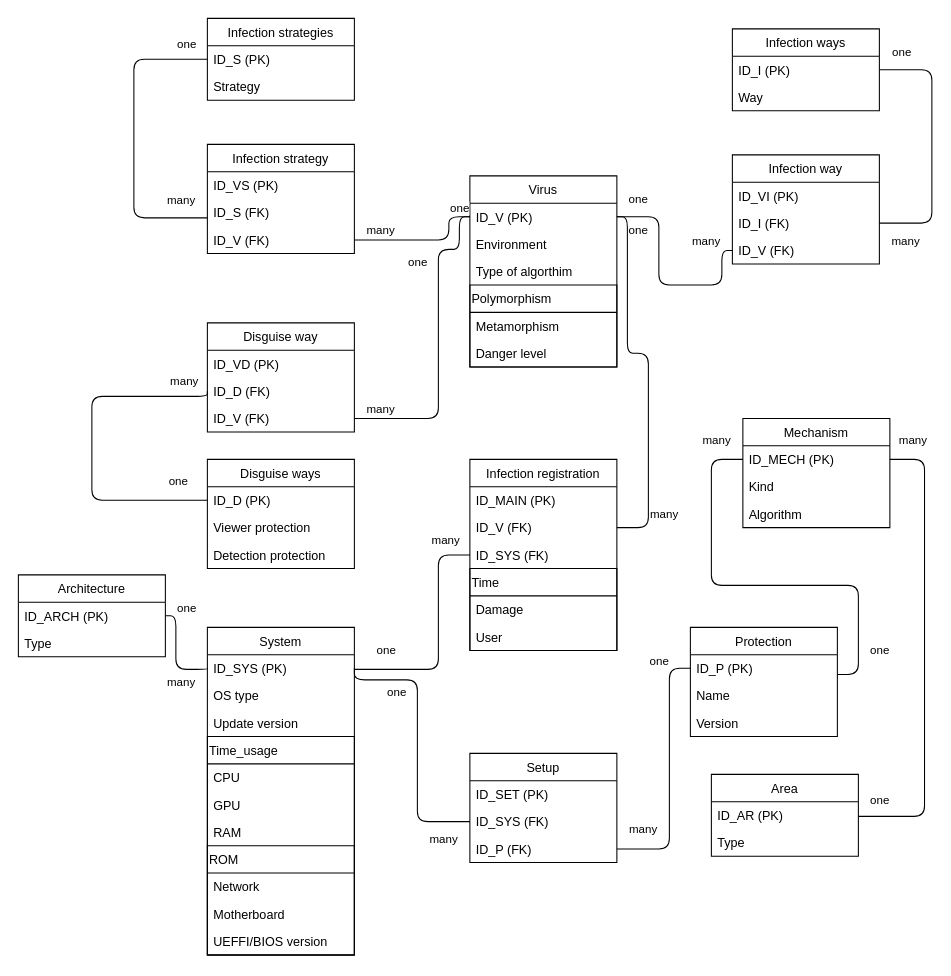
Above: VirusAttackRus.drawio in IcyAltair/Virus-attack-DB (draw.io), before the change. Source tidied: cells renumbered, new cells numbered last; positions are measured from the earlier drawing's top-left corner, leaving out a move shared by most shapes. Both pictures are drawn from the tidied source at 105%, with x=0, y=0 at pixel (18, 18).
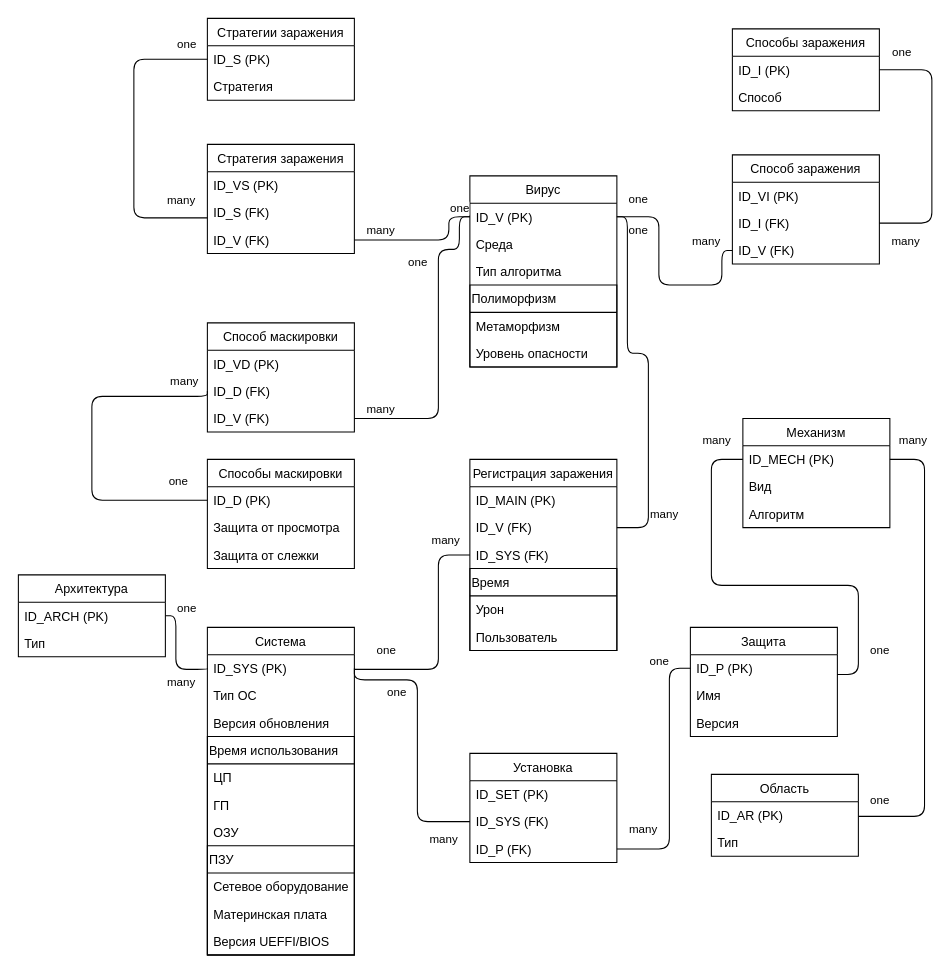
After the change.

Change to the diagram source:
```diff
@@
-    <mxCell id="2" value="Virus" style="swimlane;fontStyle=0;horizontal=1;startSize=26;fillColor=none;" parent="1" vertex="1">
+    <mxCell id="2" value="Вирус" style="swimlane;fontStyle=0;horizontal=1;startSize=26;fillColor=none;" parent="1" vertex="1">
       <mxGeometry x="430" y="150" width="140" height="182" as="geometry" />
     </mxCell>
@@
-    <mxCell id="4" value="Environment" style="text;strokeColor=none;fillColor=none;align=left;verticalAlign=top;spacingLeft=4;spacingRight=4;overflow=hidden;" parent="2" vertex="1">
+    <mxCell id="4" value="Среда" style="text;strokeColor=none;fillColor=none;align=left;verticalAlign=top;spacingLeft=4;spacingRight=4;overflow=hidden;" parent="2" vertex="1">
       <mxGeometry y="52" width="140" height="26" as="geometry" />
     </mxCell>
-    <mxCell id="5" value="Type of algorthim" style="text;strokeColor=none;fillColor=none;align=left;verticalAlign=top;spacingLeft=4;spacingRight=4;overflow=hidden;" parent="2" vertex="1">
+    <mxCell id="5" value="Тип алгоритма" style="text;strokeColor=none;fillColor=none;align=left;verticalAlign=top;spacingLeft=4;spacingRight=4;overflow=hidden;" parent="2" vertex="1">
       <mxGeometry y="78" width="140" height="26" as="geometry" />
     </mxCell>
-    <mxCell id="6" value="Polymorphism" style="swimlane;fontStyle=0;horizontal=1;startSize=26;fillColor=none;align=left;verticalAlign=top;spacingRight=4;" parent="2" vertex="1">
+    <mxCell id="6" value="Полиморфизм" style="swimlane;fontStyle=0;horizontal=1;startSize=26;fillColor=none;align=left;verticalAlign=top;spacingRight=4;" parent="2" vertex="1">
       <mxGeometry y="104" width="140" height="78" as="geometry" />
     </mxCell>
-    <mxCell id="7" value="Metamorphism" style="text;strokeColor=none;fillColor=none;align=left;verticalAlign=top;spacingLeft=4;spacingRight=4;overflow=hidden;" parent="6" vertex="1">
+    <mxCell id="7" value="Метаморфизм" style="text;strokeColor=none;fillColor=none;align=left;verticalAlign=top;spacingLeft=4;spacingRight=4;overflow=hidden;" parent="6" vertex="1">
       <mxGeometry y="26" width="140" height="26" as="geometry" />
     </mxCell>
-    <mxCell id="8" value="Danger level" style="text;strokeColor=none;fillColor=none;align=left;verticalAlign=top;spacingLeft=4;spacingRight=4;overflow=hidden;" parent="6" vertex="1">
+    <mxCell id="8" value="Уровень опасности" style="text;strokeColor=none;fillColor=none;align=left;verticalAlign=top;spacingLeft=4;spacingRight=4;overflow=hidden;" parent="6" vertex="1">
       <mxGeometry y="52" width="140" height="26" as="geometry" />
     </mxCell>
-    <mxCell id="9" value="Infection strategies" style="swimlane;fontStyle=0;horizontal=1;startSize=26;fillColor=none;" parent="1" vertex="1">
+    <mxCell id="9" value="Стратегии заражения" style="swimlane;fontStyle=0;horizontal=1;startSize=26;fillColor=none;" parent="1" vertex="1">
       <mxGeometry x="180" width="140" height="78" as="geometry" />
     </mxCell>
@@
-    <mxCell id="11" value="Strategy" style="text;strokeColor=none;fillColor=none;align=left;verticalAlign=top;spacingLeft=4;spacingRight=4;overflow=hidden;" parent="9" vertex="1">
+    <mxCell id="11" value="Стратегия" style="text;strokeColor=none;fillColor=none;align=left;verticalAlign=top;spacingLeft=4;spacingRight=4;overflow=hidden;" parent="9" vertex="1">
       <mxGeometry y="52" width="140" height="26" as="geometry" />
     </mxCell>
-    <mxCell id="12" value="Infection ways" style="swimlane;fontStyle=0;horizontal=1;startSize=26;fillColor=none;" parent="1" vertex="1">
+    <mxCell id="12" value="Способы заражения" style="swimlane;fontStyle=0;horizontal=1;startSize=26;fillColor=none;" parent="1" vertex="1">
       <mxGeometry x="680" y="10" width="140" height="78" as="geometry" />
     </mxCell>
@@
-    <mxCell id="14" value="Way" style="text;strokeColor=none;fillColor=none;align=left;verticalAlign=top;spacingLeft=4;spacingRight=4;overflow=hidden;" parent="12" vertex="1">
+    <mxCell id="14" value="Способ" style="text;strokeColor=none;fillColor=none;align=left;verticalAlign=top;spacingLeft=4;spacingRight=4;overflow=hidden;" parent="12" vertex="1">
       <mxGeometry y="52" width="140" height="26" as="geometry" />
     </mxCell>
@@
-    <mxCell id="27" value="Disguise ways" style="swimlane;fontStyle=0;horizontal=1;startSize=26;fillColor=none;" parent="1" vertex="1">
+    <mxCell id="27" value="Способы маскировки" style="swimlane;fontStyle=0;horizontal=1;startSize=26;fillColor=none;" parent="1" vertex="1">
       <mxGeometry x="180" y="420" width="140" height="104" as="geometry" />
     </mxCell>
@@
-    <mxCell id="29" value="Viewer protection" style="text;strokeColor=none;fillColor=none;align=left;verticalAlign=top;spacingLeft=4;spacingRight=4;overflow=hidden;" parent="27" vertex="1">
+    <mxCell id="29" value="Защита от просмотра" style="text;strokeColor=none;fillColor=none;align=left;verticalAlign=top;spacingLeft=4;spacingRight=4;overflow=hidden;" parent="27" vertex="1">
       <mxGeometry y="52" width="140" height="26" as="geometry" />
     </mxCell>
-    <mxCell id="30" value="Detection protection" style="text;strokeColor=none;fillColor=none;align=left;verticalAlign=top;spacingLeft=4;spacingRight=4;overflow=hidden;" parent="27" vertex="1">
+    <mxCell id="30" value="Защита от слежки" style="text;strokeColor=none;fillColor=none;align=left;verticalAlign=top;spacingLeft=4;spacingRight=4;overflow=hidden;" parent="27" vertex="1">
       <mxGeometry y="78" width="140" height="26" as="geometry" />
     </mxCell>
@@
-    <mxCell id="37" value="Infection registration" style="swimlane;fontStyle=0;horizontal=1;startSize=26;fillColor=none;align=center;" parent="1" vertex="1">
+    <mxCell id="37" value="Регистрация заражения" style="swimlane;fontStyle=0;horizontal=1;startSize=26;fillColor=none;align=center;" parent="1" vertex="1">
       <mxGeometry x="430" y="420" width="140" height="182" as="geometry" />
     </mxCell>
@@
-    <mxCell id="41" value="Time" style="swimlane;fontStyle=0;horizontal=1;startSize=26;fillColor=none;align=left;" parent="37" vertex="1">
+    <mxCell id="41" value="Время" style="swimlane;fontStyle=0;horizontal=1;startSize=26;fillColor=none;align=left;" parent="37" vertex="1">
       <mxGeometry y="104" width="140" height="78" as="geometry" />
     </mxCell>
-    <mxCell id="42" value="Damage" style="text;strokeColor=none;fillColor=none;align=left;verticalAlign=top;spacingLeft=4;spacingRight=4;overflow=hidden;" parent="41" vertex="1">
+    <mxCell id="42" value="Урон" style="text;strokeColor=none;fillColor=none;align=left;verticalAlign=top;spacingLeft=4;spacingRight=4;overflow=hidden;" parent="41" vertex="1">
       <mxGeometry y="26" width="140" height="26" as="geometry" />
     </mxCell>
-    <mxCell id="43" value="User" style="text;strokeColor=none;fillColor=none;align=left;verticalAlign=top;spacingLeft=4;spacingRight=4;overflow=hidden;" parent="41" vertex="1">
+    <mxCell id="43" value="Пользователь" style="text;strokeColor=none;fillColor=none;align=left;verticalAlign=top;spacingLeft=4;spacingRight=4;overflow=hidden;" parent="41" vertex="1">
       <mxGeometry y="52" width="140" height="26" as="geometry" />
     </mxCell>
@@
-    <mxCell id="47" value="System" style="swimlane;fontStyle=0;horizontal=1;startSize=26;fillColor=none;align=center;" parent="1" vertex="1">
+    <mxCell id="47" value="Система" style="swimlane;fontStyle=0;horizontal=1;startSize=26;fillColor=none;align=center;" parent="1" vertex="1">
       <mxGeometry x="180" y="580" width="140" height="312" as="geometry" />
     </mxCell>
@@
-    <mxCell id="49" value="OS type" style="text;strokeColor=none;fillColor=none;align=left;verticalAlign=top;spacingLeft=4;spacingRight=4;overflow=hidden;" parent="47" vertex="1">
+    <mxCell id="49" value="Тип ОС" style="text;strokeColor=none;fillColor=none;align=left;verticalAlign=top;spacingLeft=4;spacingRight=4;overflow=hidden;" parent="47" vertex="1">
       <mxGeometry y="52" width="140" height="26" as="geometry" />
     </mxCell>
-    <mxCell id="50" value="Update version" style="text;strokeColor=none;fillColor=none;align=left;verticalAlign=top;spacingLeft=4;spacingRight=4;overflow=hidden;" parent="47" vertex="1">
+    <mxCell id="50" value="Версия обновления" style="text;strokeColor=none;fillColor=none;align=left;verticalAlign=top;spacingLeft=4;spacingRight=4;overflow=hidden;" parent="47" vertex="1">
       <mxGeometry y="78" width="140" height="26" as="geometry" />
     </mxCell>
-    <mxCell id="51" value="Time_usage" style="swimlane;fontStyle=0;horizontal=1;startSize=26;fillColor=none;align=left;" parent="47" vertex="1">
+    <mxCell id="51" value="Время использования" style="swimlane;fontStyle=0;horizontal=1;startSize=26;fillColor=none;align=left;" parent="47" vertex="1">
       <mxGeometry y="104" width="140" height="208" as="geometry" />
     </mxCell>
-    <mxCell id="52" value="CPU" style="text;strokeColor=none;fillColor=none;align=left;verticalAlign=top;spacingLeft=4;spacingRight=4;overflow=hidden;" parent="51" vertex="1">
+    <mxCell id="52" value="ЦП" style="text;strokeColor=none;fillColor=none;align=left;verticalAlign=top;spacingLeft=4;spacingRight=4;overflow=hidden;" parent="51" vertex="1">
       <mxGeometry y="26" width="140" height="26" as="geometry" />
     </mxCell>
-    <mxCell id="53" value="GPU" style="text;strokeColor=none;fillColor=none;align=left;verticalAlign=top;spacingLeft=4;spacingRight=4;overflow=hidden;" parent="51" vertex="1">
+    <mxCell id="53" value="ГП" style="text;strokeColor=none;fillColor=none;align=left;verticalAlign=top;spacingLeft=4;spacingRight=4;overflow=hidden;" parent="51" vertex="1">
       <mxGeometry y="52" width="140" height="26" as="geometry" />
     </mxCell>
-    <mxCell id="54" value="RAM" style="text;strokeColor=none;fillColor=none;align=left;verticalAlign=top;spacingLeft=4;spacingRight=4;overflow=hidden;" parent="51" vertex="1">
+    <mxCell id="54" value="ОЗУ" style="text;strokeColor=none;fillColor=none;align=left;verticalAlign=top;spacingLeft=4;spacingRight=4;overflow=hidden;" parent="51" vertex="1">
       <mxGeometry y="78" width="140" height="26" as="geometry" />
     </mxCell>
-    <mxCell id="55" value="ROM" style="swimlane;fontStyle=0;horizontal=1;startSize=26;fillColor=none;align=left;" parent="51" vertex="1">
+    <mxCell id="55" value="ПЗУ" style="swimlane;fontStyle=0;horizontal=1;startSize=26;fillColor=none;align=left;" parent="51" vertex="1">
       <mxGeometry y="104" width="140" height="104" as="geometry" />
     </mxCell>
-    <mxCell id="56" value="Network" style="text;strokeColor=none;fillColor=none;align=left;verticalAlign=top;spacingLeft=4;spacingRight=4;overflow=hidden;" parent="55" vertex="1">
+    <mxCell id="56" value="Сетевое оборудование" style="text;strokeColor=none;fillColor=none;align=left;verticalAlign=top;spacingLeft=4;spacingRight=4;overflow=hidden;" parent="55" vertex="1">
       <mxGeometry y="26" width="140" height="26" as="geometry" />
     </mxCell>
-    <mxCell id="57" value="Motherboard" style="text;strokeColor=none;fillColor=none;align=left;verticalAlign=top;spacingLeft=4;spacingRight=4;overflow=hidden;" parent="55" vertex="1">
+    <mxCell id="57" value="Материнская плата" style="text;strokeColor=none;fillColor=none;align=left;verticalAlign=top;spacingLeft=4;spacingRight=4;overflow=hidden;" parent="55" vertex="1">
       <mxGeometry y="52" width="140" height="26" as="geometry" />
     </mxCell>
-    <mxCell id="58" value="UEFFI/BIOS version" style="text;strokeColor=none;fillColor=none;align=left;verticalAlign=top;spacingLeft=4;spacingRight=4;overflow=hidden;" parent="55" vertex="1">
+    <mxCell id="58" value="Версия UEFFI/BIOS" style="text;strokeColor=none;fillColor=none;align=left;verticalAlign=top;spacingLeft=4;spacingRight=4;overflow=hidden;" parent="55" vertex="1">
       <mxGeometry y="78" width="140" height="26" as="geometry" />
     </mxCell>
@@
-    <mxCell id="62" value="Architecture" style="swimlane;fontStyle=0;horizontal=1;startSize=26;fillColor=none;align=center;" parent="1" vertex="1">
+    <mxCell id="62" value="Архитектура" style="swimlane;fontStyle=0;horizontal=1;startSize=26;fillColor=none;align=center;" parent="1" vertex="1">
       <mxGeometry y="530" width="140" height="78" as="geometry" />
     </mxCell>
@@
-    <mxCell id="64" value="Type" style="text;strokeColor=none;fillColor=none;align=left;verticalAlign=top;spacingLeft=4;spacingRight=4;overflow=hidden;" parent="62" vertex="1">
+    <mxCell id="64" value="Тип" style="text;strokeColor=none;fillColor=none;align=left;verticalAlign=top;spacingLeft=4;spacingRight=4;overflow=hidden;" parent="62" vertex="1">
       <mxGeometry y="52" width="140" height="26" as="geometry" />
     </mxCell>
@@
-    <mxCell id="68" value="Protection" style="swimlane;fontStyle=0;horizontal=1;startSize=26;fillColor=none;align=center;" parent="1" vertex="1">
+    <mxCell id="68" value="Защита" style="swimlane;fontStyle=0;horizontal=1;startSize=26;fillColor=none;align=center;" parent="1" vertex="1">
       <mxGeometry x="640" y="580" width="140" height="104" as="geometry" />
     </mxCell>
@@
-    <mxCell id="70" value="Name" style="text;strokeColor=none;fillColor=none;align=left;verticalAlign=top;spacingLeft=4;spacingRight=4;overflow=hidden;" parent="68" vertex="1">
+    <mxCell id="70" value="Имя" style="text;strokeColor=none;fillColor=none;align=left;verticalAlign=top;spacingLeft=4;spacingRight=4;overflow=hidden;" parent="68" vertex="1">
       <mxGeometry y="52" width="140" height="26" as="geometry" />
     </mxCell>
-    <mxCell id="71" value="Version" style="text;strokeColor=none;fillColor=none;align=left;verticalAlign=top;spacingLeft=4;spacingRight=4;overflow=hidden;" parent="68" vertex="1">
+    <mxCell id="71" value="Версия" style="text;strokeColor=none;fillColor=none;align=left;verticalAlign=top;spacingLeft=4;spacingRight=4;overflow=hidden;" parent="68" vertex="1">
       <mxGeometry y="78" width="140" height="26" as="geometry" />
     </mxCell>
@@
-    <mxCell id="84" value="Infection strategy" style="swimlane;fontStyle=0;horizontal=1;startSize=26;fillColor=none;" parent="1" vertex="1">
+    <mxCell id="84" value="Стратегия заражения" style="swimlane;fontStyle=0;horizontal=1;startSize=26;fillColor=none;" parent="1" vertex="1">
       <mxGeometry x="180" y="120" width="140" height="104" as="geometry" />
     </mxCell>
@@
-    <mxCell id="88" value="Infection way" style="swimlane;fontStyle=0;horizontal=1;startSize=26;fillColor=none;" parent="1" vertex="1">
+    <mxCell id="88" value="Способ заражения" style="swimlane;fontStyle=0;horizontal=1;startSize=26;fillColor=none;" parent="1" vertex="1">
       <mxGeometry x="680" y="130" width="140" height="104" as="geometry" />
     </mxCell>
@@
-    <mxCell id="92" value="Disguise way" style="swimlane;fontStyle=0;horizontal=1;startSize=26;fillColor=none;" parent="1" vertex="1">
+    <mxCell id="92" value="Способ маскировки" style="swimlane;fontStyle=0;horizontal=1;startSize=26;fillColor=none;" parent="1" vertex="1">
       <mxGeometry x="180" y="290" width="140" height="104" as="geometry" />
     </mxCell>
@@
-    <mxCell id="96" value="Setup" style="swimlane;fontStyle=0;horizontal=1;startSize=26;fillColor=none;" parent="1" vertex="1">
+    <mxCell id="96" value="Установка" style="swimlane;fontStyle=0;horizontal=1;startSize=26;fillColor=none;" parent="1" vertex="1">
       <mxGeometry x="430" y="700" width="140" height="104" as="geometry" />
     </mxCell>
@@
-    <mxCell id="100" value="Mechanism" style="swimlane;fontStyle=0;horizontal=1;startSize=26;fillColor=none;" parent="1" vertex="1">
+    <mxCell id="100" value="Механизм" style="swimlane;fontStyle=0;horizontal=1;startSize=26;fillColor=none;" parent="1" vertex="1">
       <mxGeometry x="690" y="381" width="140" height="104" as="geometry" />
     </mxCell>
@@
-    <mxCell id="102" value="Kind" style="text;strokeColor=none;fillColor=none;align=left;verticalAlign=top;spacingLeft=4;spacingRight=4;overflow=hidden;" parent="100" vertex="1">
+    <mxCell id="102" value="Вид" style="text;strokeColor=none;fillColor=none;align=left;verticalAlign=top;spacingLeft=4;spacingRight=4;overflow=hidden;" parent="100" vertex="1">
       <mxGeometry y="52" width="140" height="26" as="geometry" />
     </mxCell>
-    <mxCell id="103" value="Algorithm" style="text;strokeColor=none;fillColor=none;align=left;verticalAlign=top;spacingLeft=4;spacingRight=4;overflow=hidden;" parent="100" vertex="1">
+    <mxCell id="103" value="Алгоритм" style="text;strokeColor=none;fillColor=none;align=left;verticalAlign=top;spacingLeft=4;spacingRight=4;overflow=hidden;" parent="100" vertex="1">
       <mxGeometry y="78" width="140" height="26" as="geometry" />
     </mxCell>
-    <mxCell id="104" value="Area" style="swimlane;fontStyle=0;horizontal=1;startSize=26;fillColor=none;align=center;" parent="1" vertex="1">
+    <mxCell id="104" value="Область" style="swimlane;fontStyle=0;horizontal=1;startSize=26;fillColor=none;align=center;" parent="1" vertex="1">
       <mxGeometry x="660" y="720" width="140" height="78" as="geometry" />
     </mxCell>
@@
-    <mxCell id="106" value="Type" style="text;strokeColor=none;fillColor=none;align=left;verticalAlign=top;spacingLeft=4;spacingRight=4;overflow=hidden;" parent="104" vertex="1">
+    <mxCell id="106" value="Тип" style="text;strokeColor=none;fillColor=none;align=left;verticalAlign=top;spacingLeft=4;spacingRight=4;overflow=hidden;" parent="104" vertex="1">
       <mxGeometry y="52" width="140" height="26" as="geometry" />
     </mxCell>
```
